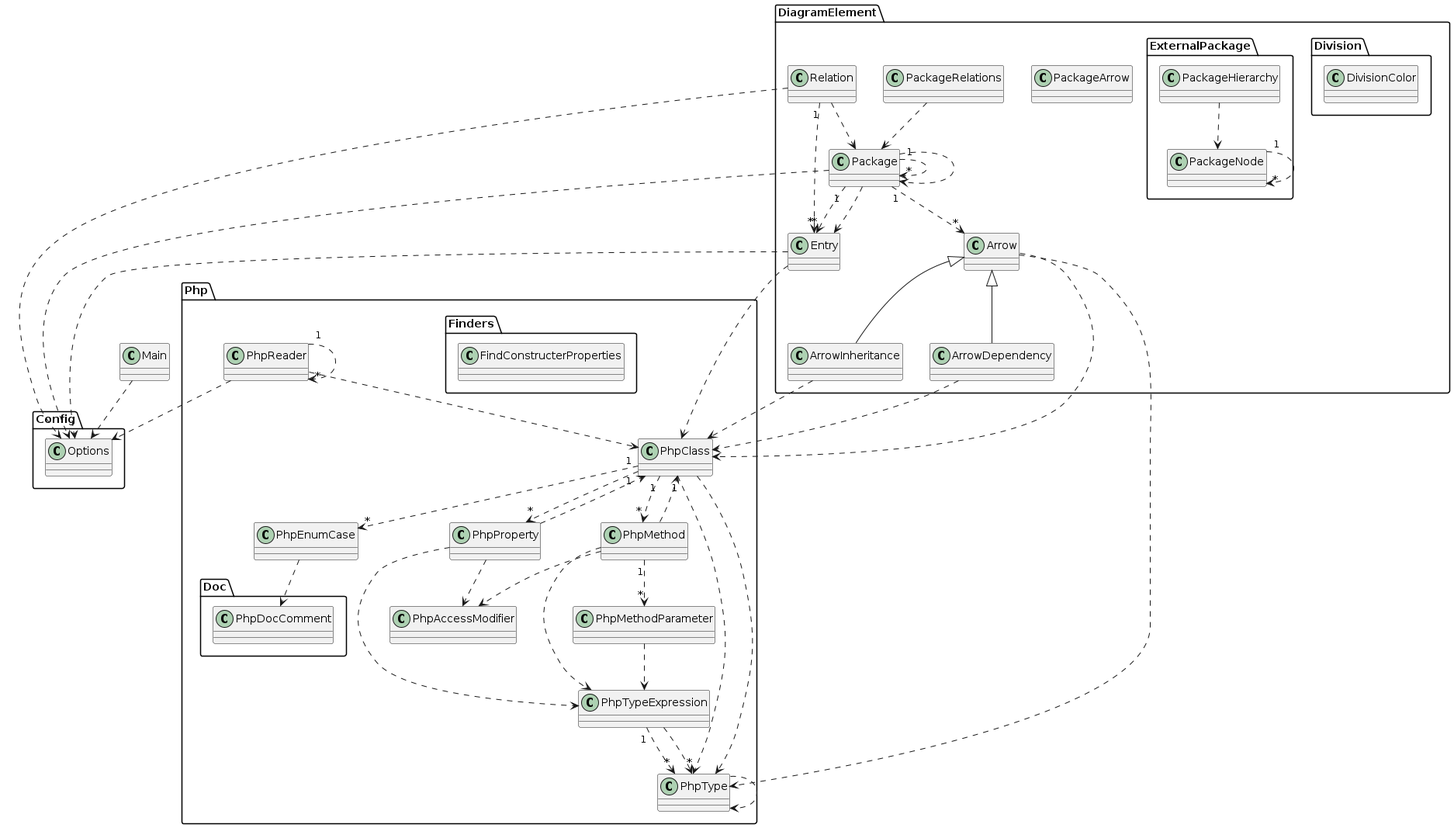
This is dogfood-model.png from smeghead/php-class-diagram, a PlantUML export, as it was before one commit.
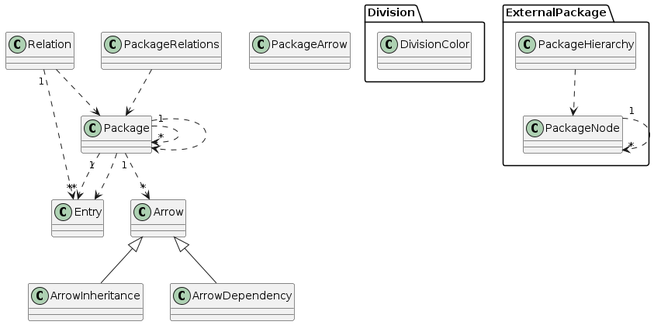
Later version of the same file.

Commit message:
change dogfood target namespace.

The edit, as a diff of the source:
```diff
@@ -1,81 +1,29 @@
 @startuml class-diagram
-  class "Main" as Main
-  package Php as Php {
-    class "PhpEnumCase" as Php_PhpEnumCase
-    class "PhpTypeExpression" as Php_PhpTypeExpression
-    class "PhpMethodParameter" as Php_PhpMethodParameter
-    class "PhpProperty" as Php_PhpProperty
-    class "PhpClass" as Php_PhpClass
-    class "PhpReader" as Php_PhpReader
-    class "PhpMethod" as Php_PhpMethod
-    class "PhpAccessModifier" as Php_PhpAccessModifier
-    class "PhpType" as Php_PhpType
-    package Doc as Php.Doc {
-      class "PhpDocComment" as Php_Doc_PhpDocComment
-    }
-    package Finders as Php.Finders {
-      class "FindConstructerProperties" as Php_Finders_FindConstructerProperties
-    }
+  class "ArrowInheritance" as ArrowInheritance
+  class "Entry" as Entry
+  class "Arrow" as Arrow
+  class "PackageArrow" as PackageArrow
+  class "PackageRelations" as PackageRelations
+  class "Package" as Package
+  class "Relation" as Relation
+  class "ArrowDependency" as ArrowDependency
+  package Division as Division {
+    class "DivisionColor" as Division_DivisionColor
   }
-  package Config as Config {
-    class "Options" as Config_Options
+  package ExternalPackage as ExternalPackage {
+    class "PackageHierarchy" as ExternalPackage_PackageHierarchy
+    class "PackageNode" as ExternalPackage_PackageNode
   }
-  package DiagramElement as DiagramElement {
-    class "ArrowInheritance" as DiagramElement_ArrowInheritance
-    class "Entry" as DiagramElement_Entry
-    class "Arrow" as DiagramElement_Arrow
-    class "PackageArrow" as DiagramElement_PackageArrow
-    class "PackageRelations" as DiagramElement_PackageRelations
-    class "Package" as DiagramElement_Package
-    class "Relation" as DiagramElement_Relation
-    class "ArrowDependency" as DiagramElement_ArrowDependency
-    package Division as DiagramElement.Division {
-      class "DivisionColor" as DiagramElement_Division_DivisionColor
-    }
-    package ExternalPackage as DiagramElement.ExternalPackage {
-      class "PackageHierarchy" as DiagramElement_ExternalPackage_PackageHierarchy
-      class "PackageNode" as DiagramElement_ExternalPackage_PackageNode
-    }
-  }
-  DiagramElement_Arrow ..> Php_PhpClass
-  DiagramElement_Arrow ..> Php_PhpType
-  DiagramElement_Arrow <|-- DiagramElement_ArrowDependency
-  DiagramElement_Arrow <|-- DiagramElement_ArrowInheritance
-  DiagramElement_ArrowDependency ..> Php_PhpClass
-  DiagramElement_ArrowInheritance ..> Php_PhpClass
-  DiagramElement_Entry ..> Config_Options
-  DiagramElement_Entry ..> Php_PhpClass
-  DiagramElement_ExternalPackage_PackageHierarchy ..> DiagramElement_ExternalPackage_PackageNode
-  DiagramElement_ExternalPackage_PackageNode "1" ..> "*" DiagramElement_ExternalPackage_PackageNode
-  DiagramElement_Package "1" ..> "*" DiagramElement_Arrow
-  DiagramElement_Package "1" ..> "*" DiagramElement_Entry
-  DiagramElement_Package "1" ..> "*" DiagramElement_Package
-  DiagramElement_Package ..> Config_Options
-  DiagramElement_Package ..> DiagramElement_Entry
-  DiagramElement_Package ..> DiagramElement_Package
-  DiagramElement_PackageRelations ..> DiagramElement_Package
-  DiagramElement_Relation "1" ..> "*" DiagramElement_Entry
-  DiagramElement_Relation ..> Config_Options
-  DiagramElement_Relation ..> DiagramElement_Package
-  Main ..> Config_Options
-  Php_PhpClass "1" ..> "*" Php_PhpEnumCase
-  Php_PhpClass "1" ..> "*" Php_PhpMethod
-  Php_PhpClass "1" ..> "*" Php_PhpProperty
-  Php_PhpClass "1" ..> "*" Php_PhpType
-  Php_PhpClass ..> Php_PhpType
-  Php_PhpEnumCase ..> Php_Doc_PhpDocComment
-  Php_PhpMethod "1" ..> "*" Php_PhpMethodParameter
-  Php_PhpMethod ..> Php_PhpAccessModifier
-  Php_PhpMethod ..> Php_PhpClass
-  Php_PhpMethod ..> Php_PhpTypeExpression
-  Php_PhpMethodParameter ..> Php_PhpTypeExpression
-  Php_PhpProperty ..> Php_PhpAccessModifier
-  Php_PhpProperty ..> Php_PhpClass
-  Php_PhpProperty ..> Php_PhpTypeExpression
-  Php_PhpReader "1" ..> "*" Php_PhpReader
-  Php_PhpReader ..> Config_Options
-  Php_PhpReader ..> Php_PhpClass
-  Php_PhpType ..> Php_PhpType
-  Php_PhpTypeExpression "1" ..> "*" Php_PhpType
-  Php_PhpTypeExpression ..> Php_PhpType
+  Arrow <|-- ArrowDependency
+  Arrow <|-- ArrowInheritance
+  ExternalPackage_PackageHierarchy ..> ExternalPackage_PackageNode
+  ExternalPackage_PackageNode "1" ..> "*" ExternalPackage_PackageNode
+  Package "1" ..> "*" Arrow
+  Package "1" ..> "*" Entry
+  Package "1" ..> "*" Package
+  Package ..> Entry
+  Package ..> Package
+  PackageRelations ..> Package
+  Relation "1" ..> "*" Entry
+  Relation ..> Package
 @enduml
```
